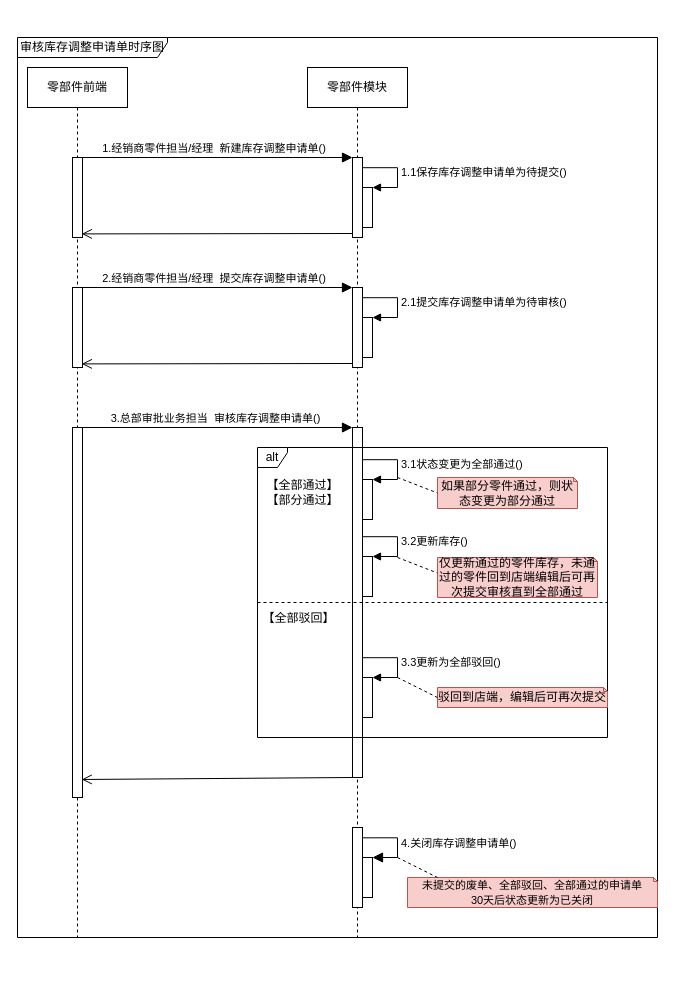
This is page "时序图" (1 of 4) of 库存调整申请单.drawio from 1132489442/gitRepository1, a draw.io file, before an edit. Source tidied: cells renumbered, new cells numbered last; positions are measured from the earlier drawing's top-left corner, leaving out a move shared by most shapes. Both pictures are drawn from the tidied source at 100%, with x=0, y=0 at pixel (17, 37).
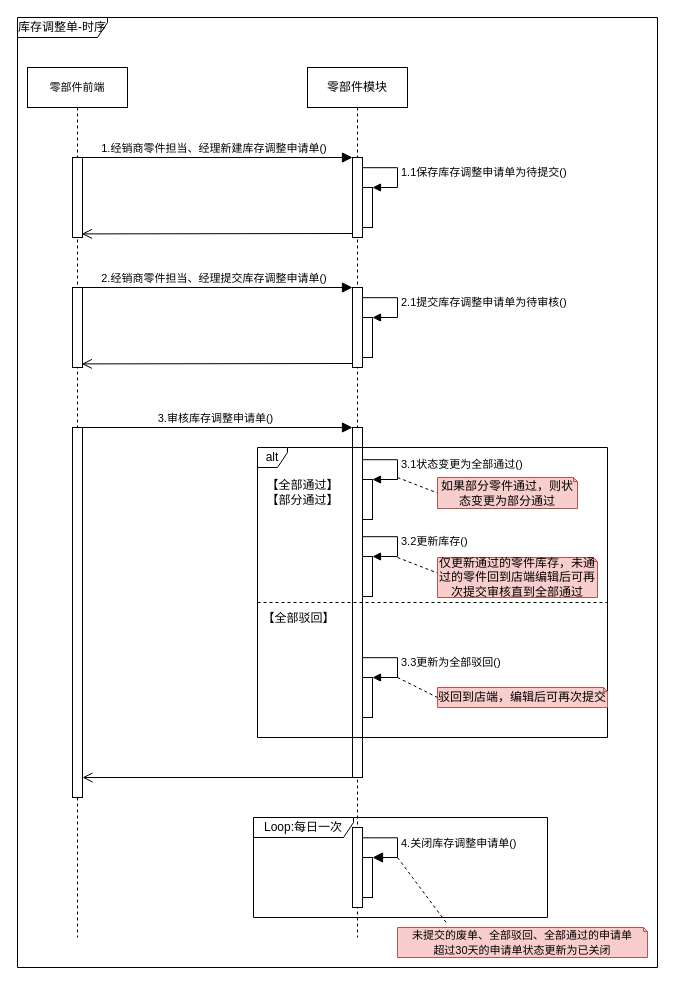
The same page after the edit.

Unchanged cells that the change refers to:
```xml
<mxCell id="10" style="html=1;points=[];perimeter=orthogonalPerimeter;" parent="1" vertex="1">
  <mxGeometry x="335" y="390" width="10" height="350" as="geometry" />
</mxCell>
<mxCell id="30" style="html=1;points=[];perimeter=orthogonalPerimeter;" parent="1" vertex="1">
  <mxGeometry x="335" y="120" width="10" height="80" as="geometry" />
</mxCell>
<mxCell id="36" style="html=1;points=[];perimeter=orthogonalPerimeter;" parent="1" vertex="1">
  <mxGeometry x="335" y="250" width="10" height="80" as="geometry" />
</mxCell>
```

Diff of the diagram source:
```diff
@@
-    <mxCell id="2" value="零部件前端" style="shape=umlLifeline;perimeter=lifelinePerimeter;whiteSpace=wrap;html=1;" parent="1" vertex="1">
+    <mxCell id="2" value="&lt;span style=&quot;font-size: 11px ; background-color: rgb(255 , 255 , 255)&quot;&gt;零部件前端&lt;/span&gt;" style="shape=umlLifeline;perimeter=lifelinePerimeter;whiteSpace=wrap;html=1;" parent="1" vertex="1">
       <mxGeometry x="10" y="30" width="100" height="870" as="geometry" />
     </mxCell>
+    <mxCell id="9" style="html=1;points=[];perimeter=orthogonalPerimeter;" parent="2" vertex="1">
+      <mxGeometry x="45" y="360" width="10" height="370" as="geometry" />
+    </mxCell>
@@
-    <mxCell id="8" value="审核库存调整申请单时序图" style="shape=umlFrame;whiteSpace=wrap;html=1;fillColor=#FFFFFF;width=150;height=20;" parent="1" vertex="1">
-      <mxGeometry width="640" height="900" as="geometry" />
-    </mxCell>
-    <mxCell id="9" style="html=1;points=[];perimeter=orthogonalPerimeter;" parent="1" vertex="1">
-      <mxGeometry x="55" y="390" width="10" height="370" as="geometry" />
-    </mxCell>
@@
-    <mxCell id="11" value="3.总部审批业务担当&amp;nbsp; 审核库存调整申请单()" style="html=1;verticalAlign=bottom;endArrow=block;entryX=0;entryY=0;rounded=0;endSize=8;" parent="1" edge="1" target="10">
+    <mxCell id="11" value="3.审核库存调整申请单()" style="html=1;verticalAlign=bottom;endArrow=block;entryX=0;entryY=0;rounded=0;endSize=8;" parent="1" edge="1" target="10">
       <mxGeometry relative="1" as="geometry">
         <mxPoint x="60" y="390" as="sourcePoint" />
       </mxGeometry>
     </mxCell>
-    <mxCell id="12" style="html=1;verticalAlign=bottom;endArrow=open;endSize=8;exitX=0;exitY=0.95;rounded=0;entryX=0.933;entryY=0.955;entryDx=0;entryDy=0;entryPerimeter=0;" parent="1" edge="1">
+    <mxCell id="12" style="html=1;verticalAlign=bottom;endArrow=open;endSize=8;exitX=0;exitY=0.95;rounded=0;" parent="1" edge="1" target="9">
       <mxGeometry relative="1" as="geometry">
         <mxPoint x="335" y="740" as="sourcePoint" />
-        <mxPoint x="64.3" y="742" as="targetPoint" />
       </mxGeometry>
     </mxCell>
@@
-    <mxCell id="31" value="1.经销商零件担当/经理&amp;nbsp; 新建库存调整申请单()&amp;nbsp;" style="html=1;verticalAlign=bottom;endArrow=block;entryX=0;entryY=0;rounded=0;endSize=8;" parent="1" edge="1" target="30">
+    <mxCell id="31" value="1.经销商零件担当、经理新建库存调整申请单()&amp;nbsp;" style="html=1;verticalAlign=bottom;endArrow=block;entryX=0;entryY=0;rounded=0;endSize=8;" parent="1" edge="1" target="30">
       <mxGeometry relative="1" as="geometry">
         <mxPoint x="60" y="120" as="sourcePoint" />
       </mxGeometry>
     </mxCell>
@@
-    <mxCell id="37" value="2.经销商零件担当/经理&amp;nbsp; 提交库存调整申请单()&amp;nbsp;" style="html=1;verticalAlign=bottom;endArrow=block;entryX=0;entryY=0;rounded=0;endSize=8;" parent="1" edge="1" target="36">
+    <mxCell id="37" value="2.经销商零件担当、经理提交库存调整申请单()&amp;nbsp;" style="html=1;verticalAlign=bottom;endArrow=block;entryX=0;entryY=0;rounded=0;endSize=8;" parent="1" edge="1" target="36">
       <mxGeometry relative="1" as="geometry">
         <mxPoint x="60" y="250" as="sourcePoint" />
       </mxGeometry>
     </mxCell>
@@
-    <mxCell id="41" value="&lt;span style=&quot;background-color: rgb(248 , 206 , 204)&quot;&gt;&lt;span style=&quot;font-size: 11px ; text-align: left&quot;&gt;未提交的废单、全部驳回、全部通过的申请单&lt;/span&gt;&lt;br style=&quot;font-size: 11px ; text-align: left&quot;&gt;&lt;span style=&quot;font-size: 11px ; text-align: left&quot;&gt;30天后状态更新为已关闭&lt;/span&gt;&lt;/span&gt;" style="shape=note;size=4;whiteSpace=wrap;html=1;fillColor=#f8cecc;strokeColor=#b85450;" parent="1" vertex="1">
-      <mxGeometry x="390" y="840" width="250" height="30" as="geometry" />
+    <mxCell id="41" value="&lt;span style=&quot;background-color: rgb(248 , 206 , 204)&quot;&gt;&lt;span style=&quot;font-size: 11px ; text-align: left&quot;&gt;未提交的废单、全部驳回、全部通过的申请单&lt;/span&gt;&lt;br style=&quot;font-size: 11px ; text-align: left&quot;&gt;&lt;span style=&quot;font-size: 11px ; text-align: left&quot;&gt;超过30天的申请单状态更新为已关闭&lt;/span&gt;&lt;/span&gt;" style="shape=note;size=4;whiteSpace=wrap;html=1;fillColor=#f8cecc;strokeColor=#b85450;" parent="1" vertex="1">
+      <mxGeometry x="380" y="890" width="250" height="30" as="geometry" />
     </mxCell>
-    <mxCell id="42" style="endArrow=none;dashed=1;html=1;rounded=0;endSize=8;entryX=0;entryY=0.5;entryDx=0;entryDy=0;entryPerimeter=0;" parent="1" edge="1">
+    <mxCell id="42" style="endArrow=none;dashed=1;html=1;rounded=0;endSize=8;entryX=0.196;entryY=-0.151;entryDx=0;entryDy=0;entryPerimeter=0;" parent="1" edge="1" target="41">
       <mxGeometry relative="1" as="geometry">
         <mxPoint x="380" y="820" as="sourcePoint" />
-        <mxPoint x="420" y="840" as="targetPoint" />
       </mxGeometry>
     </mxCell>
+    <mxCell id="43" value="库存调整单-时序" style="shape=umlFrame;whiteSpace=wrap;html=1;fillColor=#FFFFFF;width=90;height=20;" parent="1" vertex="1">
+      <mxGeometry y="-20" width="640" height="950" as="geometry" />
+    </mxCell>
+    <mxCell id="44" value="Loop:每日一次" style="shape=umlFrame;whiteSpace=wrap;html=1;fillColor=#FFFFFF;width=100;height=20;" parent="1" vertex="1">
+      <mxGeometry x="236" y="780" width="294" height="100" as="geometry" />
+    </mxCell>
```
